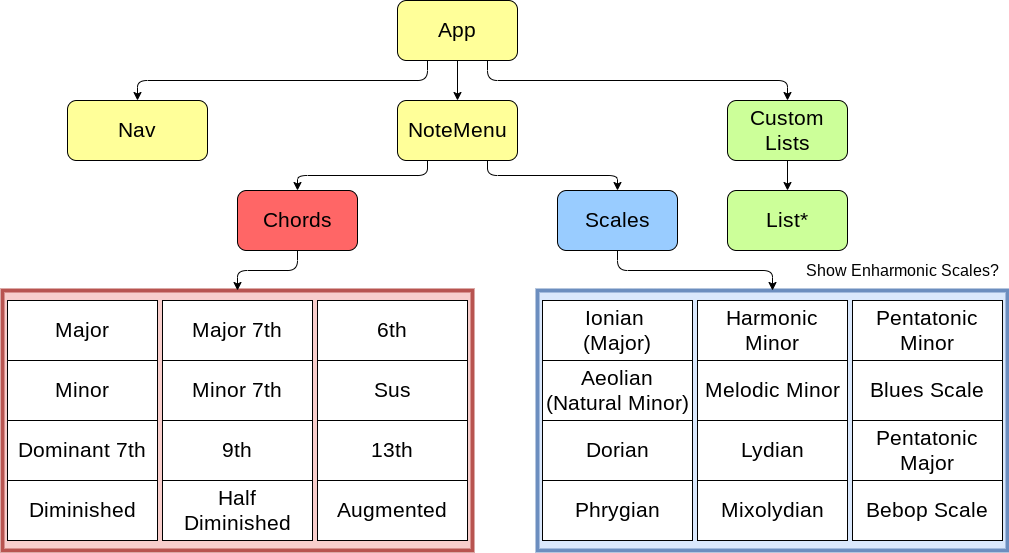
Before: src/images/structure.png, a diagram exported from draw.io (YTyler/chord-book). Source tidied: cells renumbered, new cells last; positions are measured from the earlier drawing's top-left corner, leaving out a move shared by most shapes.
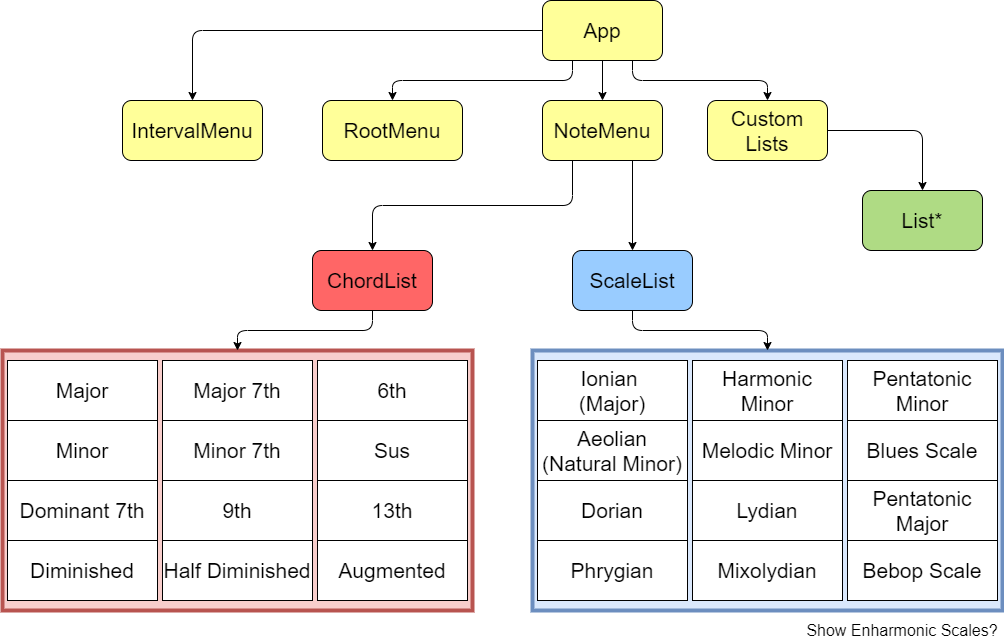
The same diagram one commit later.

What changed in the source:
```diff
@@ -2,131 +2,137 @@
   <root>
     <mxCell id="0" />
     <mxCell id="1" parent="0" />
-    <mxCell id="2" style="rounded=0;whiteSpace=wrap;html=1;strokeWidth=4;fillColor=#dae8fc;fontSize=21;strokeColor=#6c8ebf;" parent="1" vertex="1">
-      <mxGeometry x="535" y="290" width="470" height="260" as="geometry" />
-    </mxCell>
+    <mxCell id="44" style="rounded=0;whiteSpace=wrap;html=1;strokeWidth=4;fillColor=#dae8fc;fontSize=21;strokeColor=#6c8ebf;" parent="1" vertex="1">
+      <mxGeometry x="385" y="350" width="470" height="260" as="geometry" />
+    </mxCell>
     <mxCell id="3" style="edgeStyle=orthogonalEdgeStyle;rounded=0;jettySize=auto;html=1;fontSize=21;" parent="1" edge="1" source="4" target="6">
       <mxGeometry relative="1" as="geometry" />
     </mxCell>
+    <mxCell id="45" style="edgeStyle=orthogonalEdgeStyle;rounded=1;jettySize=auto;html=1;" parent="1" edge="1" source="4" target="46">
+      <mxGeometry relative="1" as="geometry" />
+    </mxCell>
     <mxCell id="4" value="App" style="rounded=1;whiteSpace=wrap;html=1;fontSize=21;fillColor=#FFFF99;" parent="1" vertex="1">
       <mxGeometry x="395" width="120" height="60" as="geometry" />
     </mxCell>
-    <mxCell id="5" value="Nav" style="rounded=1;whiteSpace=wrap;html=1;fontSize=21;fillColor=#FFFF99;" parent="1" vertex="1">
-      <mxGeometry x="65" y="100" width="140" height="60" as="geometry" />
-    </mxCell>
+    <mxCell id="46" value="IntervalMenu" style="rounded=1;whiteSpace=wrap;html=1;fontSize=21;fillColor=#FFFF99;" parent="1" vertex="1">
+      <mxGeometry x="-25" y="100" width="140" height="60" as="geometry" />
+    </mxCell>
+    <mxCell id="47" value="RootMenu" style="rounded=1;whiteSpace=wrap;html=1;fontSize=21;fillColor=#FFFF99;" parent="1" vertex="1">
+      <mxGeometry x="175" y="100" width="140" height="60" as="geometry" />
+    </mxCell>
     <mxCell id="6" value="NoteMenu" style="rounded=1;whiteSpace=wrap;html=1;fontSize=21;fillColor=#FFFF99;" parent="1" vertex="1">
       <mxGeometry x="395" y="100" width="120" height="60" as="geometry" />
     </mxCell>
-    <mxCell id="7" value="Chords" style="rounded=1;whiteSpace=wrap;html=1;fontSize=21;fillColor=#FF6666;" parent="1" vertex="1">
-      <mxGeometry x="235" y="190" width="120" height="60" as="geometry" />
-    </mxCell>
-    <mxCell id="8" value="Scales" style="rounded=1;whiteSpace=wrap;html=1;fontSize=21;fillColor=#99CCFF;" parent="1" vertex="1">
-      <mxGeometry x="555" y="190" width="120" height="60" as="geometry" />
-    </mxCell>
+    <mxCell id="48" value="ChordList" style="rounded=1;whiteSpace=wrap;html=1;fontSize=21;fillColor=#FF6666;" parent="1" vertex="1">
+      <mxGeometry x="165" y="250" width="120" height="60" as="geometry" />
+    </mxCell>
+    <mxCell id="49" value="ScaleList" style="rounded=1;whiteSpace=wrap;html=1;fontSize=21;fillColor=#99CCFF;" parent="1" vertex="1">
+      <mxGeometry x="425" y="250" width="120" height="60" as="geometry" />
+    </mxCell>
     <mxCell id="9" value="Ionian&amp;nbsp;&lt;br&gt;(Major)" style="rounded=0;whiteSpace=wrap;html=1;fontSize=21;" parent="1" vertex="1">
-      <mxGeometry x="540" y="300" width="150" height="60" as="geometry" />
+      <mxGeometry x="390" y="360" width="150" height="60" as="geometry" />
     </mxCell>
     <mxCell id="10" value="Aeolian&lt;br&gt;(Natural Minor)" style="rounded=0;whiteSpace=wrap;html=1;fontSize=21;" parent="1" vertex="1">
-      <mxGeometry x="540" y="360" width="150" height="60" as="geometry" />
+      <mxGeometry x="390" y="420" width="150" height="60" as="geometry" />
     </mxCell>
     <mxCell id="11" value="Harmonic Minor" style="rounded=0;whiteSpace=wrap;html=1;fontSize=21;" parent="1" vertex="1">
-      <mxGeometry x="695" y="300" width="150" height="60" as="geometry" />
+      <mxGeometry x="545" y="360" width="150" height="60" as="geometry" />
     </mxCell>
     <mxCell id="12" value="Melodic Minor" style="rounded=0;whiteSpace=wrap;html=1;fontSize=21;" parent="1" vertex="1">
-      <mxGeometry x="695" y="360" width="150" height="60" as="geometry" />
+      <mxGeometry x="545" y="420" width="150" height="60" as="geometry" />
     </mxCell>
-    <mxCell id="13" style="endArrow=classic;html=1;fontSize=21;entryX=0.5;entryY=0;entryDx=0;entryDy=0;exitX=0.25;exitY=1;exitDx=0;exitDy=0;edgeStyle=orthogonalEdgeStyle;" parent="1" edge="1" source="6" target="7">
-      <mxGeometry relative="1" as="geometry" />
-    </mxCell>
-    <mxCell id="14" style="endArrow=classic;html=1;fontSize=21;exitX=0.75;exitY=1;exitDx=0;exitDy=0;entryX=0.5;entryY=0;entryDx=0;entryDy=0;edgeStyle=orthogonalEdgeStyle;" parent="1" edge="1" source="6" target="8">
-      <mxGeometry relative="1" as="geometry" />
-    </mxCell>
-    <mxCell id="15" style="endArrow=classic;html=1;fontSize=21;entryX=0.5;entryY=0;entryDx=0;entryDy=0;exitX=0.5;exitY=1;exitDx=0;exitDy=0;edgeStyle=orthogonalEdgeStyle;" parent="1" edge="1" source="8" target="2">
-      <mxGeometry relative="1" as="geometry" />
-    </mxCell>
+    <mxCell id="50" style="endArrow=classic;html=1;fontSize=21;entryX=0.5;entryY=0;entryDx=0;entryDy=0;exitX=0.25;exitY=1;exitDx=0;exitDy=0;edgeStyle=orthogonalEdgeStyle;" parent="1" edge="1" source="6" target="48">
+      <mxGeometry relative="1" as="geometry" />
+    </mxCell>
+    <mxCell id="51" style="endArrow=classic;html=1;fontSize=21;exitX=0.75;exitY=1;exitDx=0;exitDy=0;entryX=0.5;entryY=0;entryDx=0;entryDy=0;edgeStyle=orthogonalEdgeStyle;" parent="1" edge="1" source="6" target="49">
+      <mxGeometry relative="1" as="geometry" />
+    </mxCell>
+    <mxCell id="52" style="endArrow=classic;html=1;fontSize=21;entryX=0.5;entryY=0;entryDx=0;entryDy=0;exitX=0.5;exitY=1;exitDx=0;exitDy=0;edgeStyle=orthogonalEdgeStyle;" parent="1" edge="1" source="49" target="44">
+      <mxGeometry relative="1" as="geometry" />
+    </mxCell>
     <mxCell id="16" value="Blues Scale" style="rounded=0;whiteSpace=wrap;html=1;strokeWidth=1;fillColor=#ffffff;fontSize=21;" parent="1" vertex="1">
-      <mxGeometry x="850" y="360" width="150" height="60" as="geometry" />
+      <mxGeometry x="700" y="420" width="150" height="60" as="geometry" />
     </mxCell>
     <mxCell id="17" value="Pentatonic Minor" style="rounded=0;whiteSpace=wrap;html=1;strokeWidth=1;fillColor=#ffffff;fontSize=21;" parent="1" vertex="1">
-      <mxGeometry x="850" y="300" width="150" height="60" as="geometry" />
+      <mxGeometry x="700" y="360" width="150" height="60" as="geometry" />
     </mxCell>
     <mxCell id="18" value="Dorian" style="rounded=0;whiteSpace=wrap;html=1;strokeWidth=1;fillColor=#ffffff;fontSize=21;" parent="1" vertex="1">
-      <mxGeometry x="540" y="420" width="150" height="60" as="geometry" />
+      <mxGeometry x="390" y="480" width="150" height="60" as="geometry" />
     </mxCell>
     <mxCell id="19" value="Lydian" style="rounded=0;whiteSpace=wrap;html=1;strokeWidth=1;fillColor=#ffffff;fontSize=21;" parent="1" vertex="1">
-      <mxGeometry x="695" y="420" width="150" height="60" as="geometry" />
+      <mxGeometry x="545" y="480" width="150" height="60" as="geometry" />
     </mxCell>
     <mxCell id="20" value="Pentatonic Major" style="rounded=0;whiteSpace=wrap;html=1;strokeWidth=1;fillColor=#ffffff;fontSize=21;" parent="1" vertex="1">
-      <mxGeometry x="850" y="420" width="150" height="60" as="geometry" />
+      <mxGeometry x="700" y="480" width="150" height="60" as="geometry" />
     </mxCell>
     <mxCell id="21" value="Phrygian" style="rounded=0;whiteSpace=wrap;html=1;strokeWidth=1;fillColor=#ffffff;fontSize=21;" parent="1" vertex="1">
-      <mxGeometry x="540" y="480" width="150" height="60" as="geometry" />
+      <mxGeometry x="390" y="540" width="150" height="60" as="geometry" />
     </mxCell>
     <mxCell id="22" value="Mixolydian" style="rounded=0;whiteSpace=wrap;html=1;strokeWidth=1;fillColor=#ffffff;fontSize=21;" parent="1" vertex="1">
-      <mxGeometry x="695" y="480" width="150" height="60" as="geometry" />
+      <mxGeometry x="545" y="540" width="150" height="60" as="geometry" />
     </mxCell>
     <mxCell id="23" value="Bebop Scale" style="rounded=0;whiteSpace=wrap;html=1;strokeWidth=1;fillColor=#ffffff;fontSize=21;" parent="1" vertex="1">
-      <mxGeometry x="850" y="480" width="150" height="60" as="geometry" />
+      <mxGeometry x="700" y="540" width="150" height="60" as="geometry" />
     </mxCell>
     <mxCell id="24" value="Show Enharmonic Scales?" style="text;html=1;strokeColor=none;fillColor=none;align=center;verticalAlign=middle;whiteSpace=wrap;rounded=0;fontSize=16;" parent="1" vertex="1">
-      <mxGeometry x="800" y="260" width="200" height="20" as="geometry" />
+      <mxGeometry x="655" y="620" width="200" height="20" as="geometry" />
     </mxCell>
-    <mxCell id="25" style="rounded=0;whiteSpace=wrap;html=1;strokeWidth=4;fillColor=#f8cecc;fontSize=21;strokeColor=#b85450;" parent="1" vertex="1">
-      <mxGeometry y="290" width="470" height="260" as="geometry" />
-    </mxCell>
+    <mxCell id="53" style="rounded=0;whiteSpace=wrap;html=1;strokeWidth=4;fillColor=#f8cecc;fontSize=21;strokeColor=#b85450;" parent="1" vertex="1">
+      <mxGeometry x="-145" y="350" width="470" height="260" as="geometry" />
+    </mxCell>
     <mxCell id="26" value="Major" style="rounded=0;whiteSpace=wrap;html=1;fontSize=21;" parent="1" vertex="1">
-      <mxGeometry x="5" y="300" width="150" height="60" as="geometry" />
+      <mxGeometry x="-140" y="360" width="150" height="60" as="geometry" />
     </mxCell>
     <mxCell id="27" value="Minor" style="rounded=0;whiteSpace=wrap;html=1;fontSize=21;" parent="1" vertex="1">
-      <mxGeometry x="5" y="360" width="150" height="60" as="geometry" />
+      <mxGeometry x="-140" y="420" width="150" height="60" as="geometry" />
     </mxCell>
     <mxCell id="28" value="Major 7th" style="rounded=0;whiteSpace=wrap;html=1;fontSize=21;" parent="1" vertex="1">
-      <mxGeometry x="160" y="300" width="150" height="60" as="geometry" />
+      <mxGeometry x="15" y="360" width="150" height="60" as="geometry" />
     </mxCell>
     <mxCell id="29" value="Minor 7th" style="rounded=0;whiteSpace=wrap;html=1;fontSize=21;" parent="1" vertex="1">
-      <mxGeometry x="160" y="360" width="150" height="60" as="geometry" />
+      <mxGeometry x="15" y="420" width="150" height="60" as="geometry" />
     </mxCell>
     <mxCell id="30" value="Sus" style="rounded=0;whiteSpace=wrap;html=1;strokeWidth=1;fillColor=#ffffff;fontSize=21;" parent="1" vertex="1">
-      <mxGeometry x="315" y="360" width="150" height="60" as="geometry" />
+      <mxGeometry x="170" y="420" width="150" height="60" as="geometry" />
     </mxCell>
     <mxCell id="31" value="6th" style="rounded=0;whiteSpace=wrap;html=1;strokeWidth=1;fillColor=#ffffff;fontSize=21;" parent="1" vertex="1">
-      <mxGeometry x="315" y="300" width="150" height="60" as="geometry" />
+      <mxGeometry x="170" y="360" width="150" height="60" as="geometry" />
     </mxCell>
     <mxCell id="32" value="Dominant 7th" style="rounded=0;whiteSpace=wrap;html=1;strokeWidth=1;fillColor=#ffffff;fontSize=21;" parent="1" vertex="1">
-      <mxGeometry x="5" y="420" width="150" height="60" as="geometry" />
+      <mxGeometry x="-140" y="480" width="150" height="60" as="geometry" />
     </mxCell>
     <mxCell id="33" value="9th" style="rounded=0;whiteSpace=wrap;html=1;strokeWidth=1;fillColor=#ffffff;fontSize=21;" parent="1" vertex="1">
-      <mxGeometry x="160" y="420" width="150" height="60" as="geometry" />
+      <mxGeometry x="15" y="480" width="150" height="60" as="geometry" />
     </mxCell>
     <mxCell id="34" value="13th" style="rounded=0;whiteSpace=wrap;html=1;strokeWidth=1;fillColor=#ffffff;fontSize=21;" parent="1" vertex="1">
-      <mxGeometry x="315" y="420" width="150" height="60" as="geometry" />
+      <mxGeometry x="170" y="480" width="150" height="60" as="geometry" />
     </mxCell>
     <mxCell id="35" value="Diminished" style="rounded=0;whiteSpace=wrap;html=1;strokeWidth=1;fillColor=#ffffff;fontSize=21;" parent="1" vertex="1">
-      <mxGeometry x="5" y="480" width="150" height="60" as="geometry" />
+      <mxGeometry x="-140" y="540" width="150" height="60" as="geometry" />
     </mxCell>
     <mxCell id="36" value="Half Diminished" style="rounded=0;whiteSpace=wrap;html=1;strokeWidth=1;fillColor=#ffffff;fontSize=21;" parent="1" vertex="1">
-      <mxGeometry x="160" y="480" width="150" height="60" as="geometry" />
+      <mxGeometry x="15" y="540" width="150" height="60" as="geometry" />
     </mxCell>
     <mxCell id="37" value="Augmented" style="rounded=0;whiteSpace=wrap;html=1;strokeWidth=1;fillColor=#ffffff;fontSize=21;" parent="1" vertex="1">
-      <mxGeometry x="315" y="480" width="150" height="60" as="geometry" />
+      <mxGeometry x="170" y="540" width="150" height="60" as="geometry" />
     </mxCell>
-    <mxCell id="38" style="endArrow=classic;html=1;fontSize=16;entryX=0.5;entryY=0;entryDx=0;entryDy=0;exitX=0.5;exitY=1;exitDx=0;exitDy=0;edgeStyle=orthogonalEdgeStyle;" parent="1" edge="1" source="7" target="25">
-      <mxGeometry relative="1" as="geometry" />
-    </mxCell>
+    <mxCell id="54" style="endArrow=classic;html=1;fontSize=16;entryX=0.5;entryY=0;entryDx=0;entryDy=0;exitX=0.5;exitY=1;exitDx=0;exitDy=0;edgeStyle=orthogonalEdgeStyle;" parent="1" edge="1" source="48" target="53">
+      <mxGeometry relative="1" as="geometry" />
+    </mxCell>
-    <mxCell id="39" style="edgeStyle=orthogonalEdgeStyle;rounded=0;jettySize=auto;html=1;fontSize=21;" parent="1" edge="1" source="40" target="41">
+    <mxCell id="39" style="jettySize=auto;html=1;fontSize=21;edgeStyle=orthogonalEdgeStyle;rounded=1;" parent="1" edge="1" source="40" target="41">
       <mxGeometry relative="1" as="geometry" />
     </mxCell>
-    <mxCell id="40" value="Custom Lists" style="rounded=1;whiteSpace=wrap;html=1;strokeWidth=1;fillColor=#CCFF99;fontSize=21;" parent="1" vertex="1">
-      <mxGeometry x="725" y="100" width="120" height="60" as="geometry" />
+    <mxCell id="40" value="Custom Lists" style="rounded=1;whiteSpace=wrap;html=1;strokeWidth=1;fillColor=#FFFF99;fontSize=21;" parent="1" vertex="1">
+      <mxGeometry x="560" y="100" width="120" height="60" as="geometry" />
     </mxCell>
-    <mxCell id="41" value="List*" style="rounded=1;whiteSpace=wrap;html=1;strokeWidth=1;fillColor=#CCFF99;fontSize=21;" parent="1" vertex="1">
-      <mxGeometry x="725" y="190" width="120" height="60" as="geometry" />
+    <mxCell id="41" value="List*" style="rounded=1;whiteSpace=wrap;html=1;strokeWidth=1;fillColor=#AFDB84;fontSize=21;" parent="1" vertex="1">
+      <mxGeometry x="715" y="190" width="120" height="60" as="geometry" />
     </mxCell>
     <mxCell id="42" style="endArrow=classic;html=1;fontSize=21;entryX=0.5;entryY=0;entryDx=0;entryDy=0;exitX=0.75;exitY=1;exitDx=0;exitDy=0;edgeStyle=orthogonalEdgeStyle;" parent="1" edge="1" source="4" target="40">
       <mxGeometry relative="1" as="geometry" />
     </mxCell>
-    <mxCell id="43" style="endArrow=classic;html=1;fontSize=21;exitX=0.25;exitY=1;exitDx=0;exitDy=0;entryX=0.5;entryY=0;entryDx=0;entryDy=0;edgeStyle=orthogonalEdgeStyle;" parent="1" edge="1" source="4" target="5">
-      <mxGeometry relative="1" as="geometry" />
-    </mxCell>
+    <mxCell id="55" style="endArrow=classic;html=1;fontSize=21;exitX=0.25;exitY=1;exitDx=0;exitDy=0;entryX=0.5;entryY=0;entryDx=0;entryDy=0;edgeStyle=orthogonalEdgeStyle;" parent="1" edge="1" source="4" target="47">
+      <mxGeometry relative="1" as="geometry" />
+    </mxCell>
   </root>
 </mxGraphModel>
```
